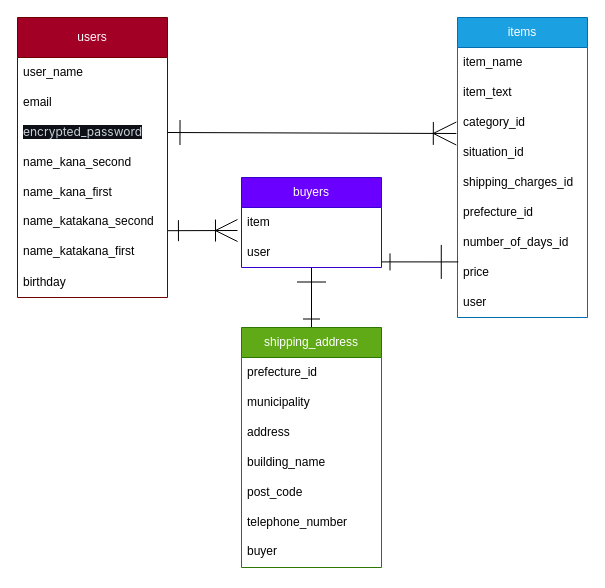
Earlier version of the draw.io diagram frima_ER.dio (JunjiYoshizuka999/furima-39008). Source tidied: cells renumbered, new cells numbered last; positions are measured from the earlier drawing's top-left corner, leaving out a move shared by most shapes. Both pictures are drawn from the tidied source at 100%, with x=0, y=0 at pixel (17, 17).
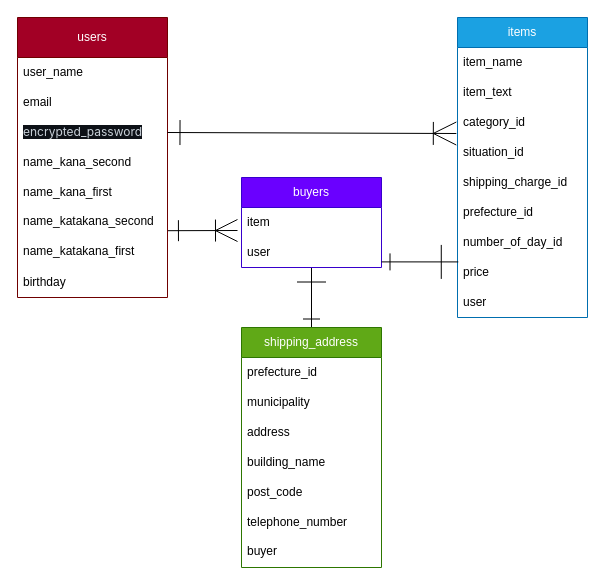
The same diagram, later.

Commit message (it also covers changes not shown here):
データベース設計暫定３

Unchanged cells that the change refers to:
```xml
<mxCell id="24" value="items&lt;br&gt;" style="swimlane;fontStyle=0;horizontal=1;startSize=30;whiteSpace=wrap;html=1;fillColor=#1ba1e2;fontColor=#ffffff;strokeColor=#006EAF;" parent="1" vertex="1">
  <mxGeometry x="440" width="130" height="300" as="geometry" />
</mxCell>
```

What changed in the source:
```diff
@@
-    <mxCell id="29" value="shipping_charges_id" style="text;strokeColor=none;fillColor=none;align=left;verticalAlign=middle;spacingLeft=4;spacingRight=4;overflow=hidden;whiteSpace=wrap;html=1;" parent="24" vertex="1">
+    <mxCell id="29" value="shipping_charge_id" style="text;strokeColor=none;fillColor=none;align=left;verticalAlign=middle;spacingLeft=4;spacingRight=4;overflow=hidden;whiteSpace=wrap;html=1;" parent="24" vertex="1">
       <mxGeometry y="150" width="130" height="30" as="geometry" />
     </mxCell>
@@
-    <mxCell id="31" value="number_of_days_id" style="text;strokeColor=none;fillColor=none;align=left;verticalAlign=middle;spacingLeft=4;spacingRight=4;overflow=hidden;whiteSpace=wrap;html=1;" parent="24" vertex="1">
+    <mxCell id="31" value="number_of_day_id" style="text;strokeColor=none;fillColor=none;align=left;verticalAlign=middle;spacingLeft=4;spacingRight=4;overflow=hidden;whiteSpace=wrap;html=1;" parent="24" vertex="1">
       <mxGeometry y="210" width="130" height="30" as="geometry" />
     </mxCell>
```
